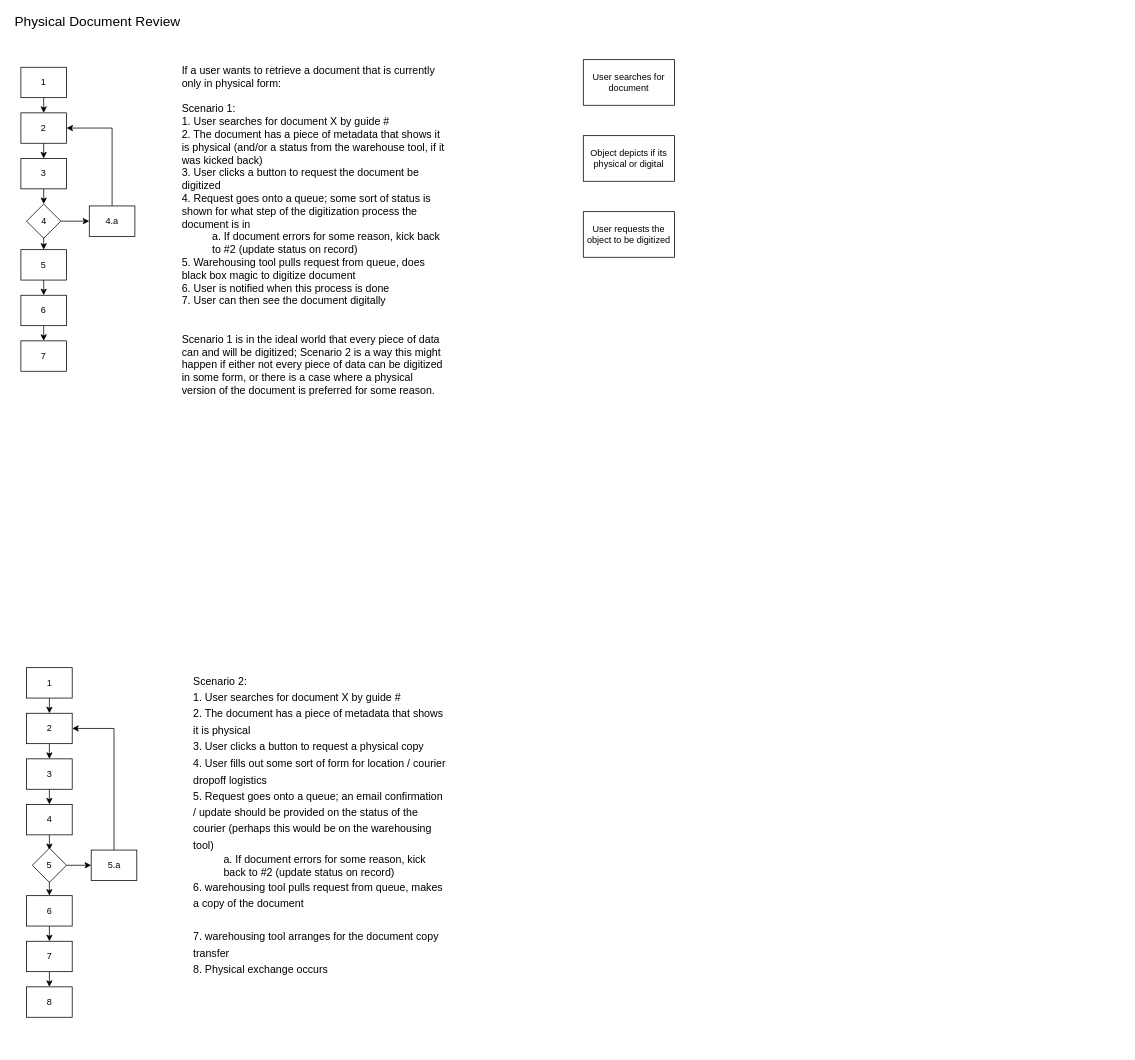
This is page "Workflow - Physical Docs" (3 of 6) of Drawings/Eva/File/Eva Search.drawio from RMSLowside/rmslow, a draw.io file, before an edit. Source tidied: cells renumbered, new cells numbered last; positions are measured from the earlier drawing's top-left corner, leaving out a move shared by most shapes. Both pictures are drawn from the tidied source at 76%, with x=0, y=0 at pixel (13, 14).
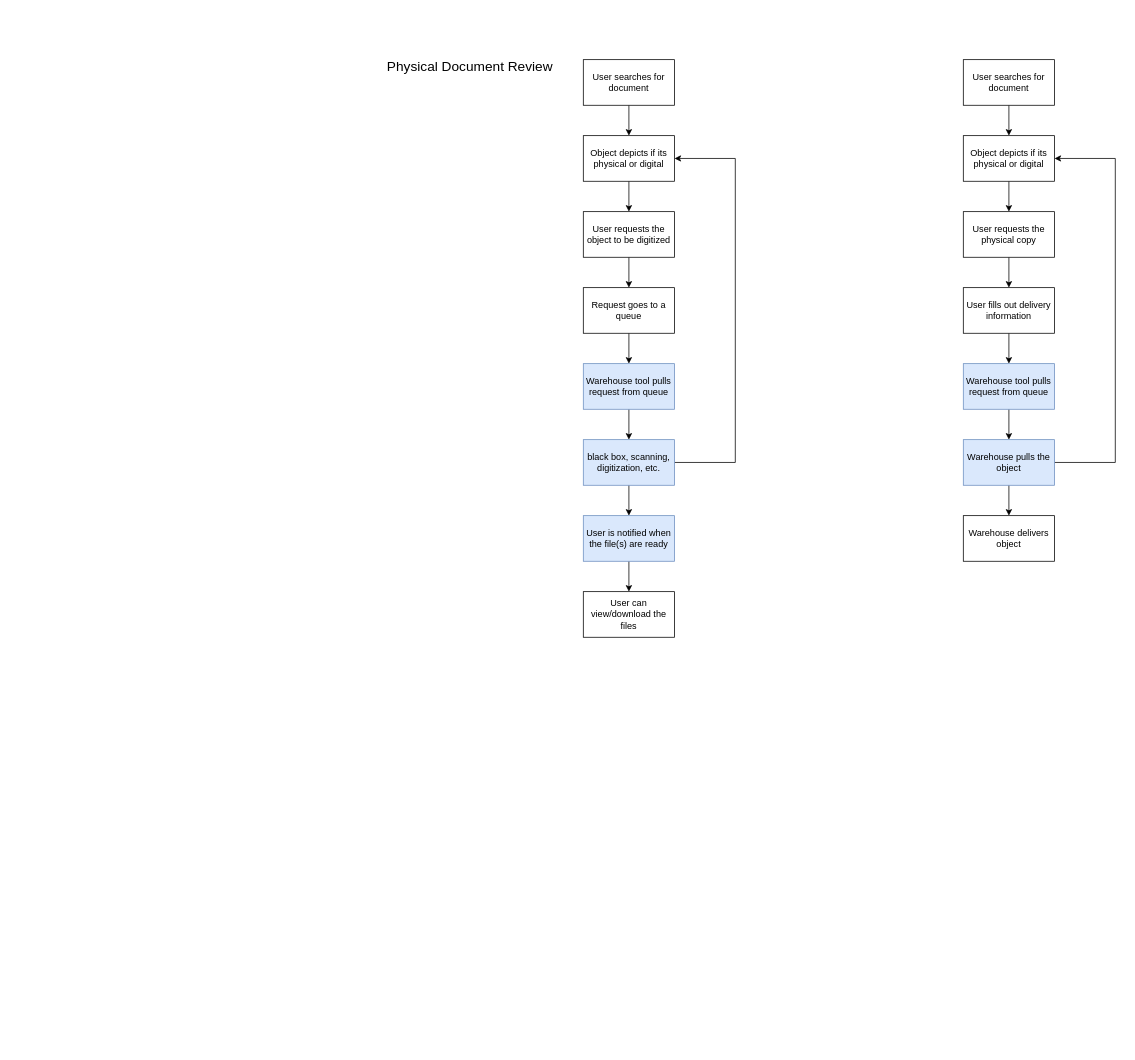
Above is the later version.

What changed in the source:
```diff
@@
-    <mxCell id="2" value="&lt;font style=&quot;font-size: 14px&quot;&gt;If a user wants to retrieve a document that is currently only in physical form:&lt;br&gt;&lt;br&gt;Scenario 1:&lt;br&gt;1. User searches for document X by guide #&lt;br&gt;2. The document has a piece of metadata that shows it is physical (and/or a status from the warehouse tool, if it was kicked back)&lt;br&gt;3. User clicks a button to request the document be digitized&lt;br&gt;4. Request goes onto a queue; some sort of status is shown for what step of the digitization process the document is in&lt;br&gt;&lt;blockquote style=&quot;margin: 0 0 0 40px ; border: none ; padding: 0px&quot;&gt;&lt;font style=&quot;font-size: 14px&quot;&gt;a. If document errors for some reason, kick back to #2 (update status on record)&lt;/font&gt;&lt;/blockquote&gt;5. Warehousing tool pulls request from queue, does black box magic to digitize document&lt;br&gt;6. User is notified when this process is done&lt;br&gt;7. User can then see the document digitally&lt;br&gt;&lt;br&gt;&lt;br&gt;Scenario 1 is in the ideal world that every piece of data can and will be digitized; Scenario 2 is a way this might happen if either not every piece of data can be digitized in some form, or there is a case where a physical version of the document is preferred for some reason.&lt;/font&gt;" style="text;whiteSpace=wrap;html=1;fontSize=12;" parent="1" vertex="1">
-      <mxGeometry x="220" y="60" width="350" height="740" as="geometry" />
-    </mxCell>
-    <mxCell id="3" style="edgeStyle=orthogonalEdgeStyle;rounded=0;jettySize=auto;html=1;exitX=0.5;exitY=1;exitDx=0;exitDy=0;entryX=0.5;entryY=0;entryDx=0;entryDy=0;fontSize=12;align=center;" parent="1" edge="1" source="4" target="6">
-      <mxGeometry relative="1" as="geometry" />
-    </mxCell>
-    <mxCell id="4" value="1" style="rounded=0;whiteSpace=wrap;html=1;fontSize=12;align=center;" parent="1" vertex="1">
-      <mxGeometry x="10" y="70" width="60" height="40" as="geometry" />
-    </mxCell>
-    <mxCell id="5" style="edgeStyle=orthogonalEdgeStyle;rounded=0;jettySize=auto;html=1;exitX=0.5;exitY=1;exitDx=0;exitDy=0;entryX=0.5;entryY=0;entryDx=0;entryDy=0;fontSize=12;align=center;" parent="1" edge="1" source="6" target="8">
-      <mxGeometry relative="1" as="geometry" />
-    </mxCell>
-    <mxCell id="6" value="2" style="rounded=0;whiteSpace=wrap;html=1;fontSize=12;align=center;" parent="1" vertex="1">
-      <mxGeometry x="10" y="130" width="60" height="40" as="geometry" />
-    </mxCell>
-    <mxCell id="7" style="edgeStyle=orthogonalEdgeStyle;rounded=0;jettySize=auto;html=1;exitX=0.5;exitY=1;exitDx=0;exitDy=0;entryX=0.5;entryY=0;entryDx=0;entryDy=0;fontSize=12;align=center;" parent="1" edge="1" source="8">
-      <mxGeometry relative="1" as="geometry">
-        <mxPoint x="40" y="250" as="targetPoint" />
-      </mxGeometry>
-    </mxCell>
-    <mxCell id="8" value="3" style="rounded=0;whiteSpace=wrap;html=1;fontSize=12;align=center;" parent="1" vertex="1">
-      <mxGeometry x="10" y="190" width="60" height="40" as="geometry" />
-    </mxCell>
-    <mxCell id="9" style="edgeStyle=orthogonalEdgeStyle;rounded=0;jettySize=auto;html=1;exitX=0.5;exitY=1;exitDx=0;exitDy=0;entryX=0.5;entryY=0;entryDx=0;entryDy=0;fontSize=12;align=center;" parent="1" edge="1" target="11">
-      <mxGeometry relative="1" as="geometry">
-        <mxPoint x="40" y="290" as="sourcePoint" />
-      </mxGeometry>
-    </mxCell>
-    <mxCell id="10" style="edgeStyle=orthogonalEdgeStyle;rounded=0;jettySize=auto;html=1;exitX=0.5;exitY=1;exitDx=0;exitDy=0;entryX=0.5;entryY=0;entryDx=0;entryDy=0;fontSize=12;align=center;" parent="1" edge="1" source="11" target="13">
-      <mxGeometry relative="1" as="geometry" />
-    </mxCell>
-    <mxCell id="11" value="5" style="rounded=0;whiteSpace=wrap;html=1;fontSize=12;align=center;" parent="1" vertex="1">
-      <mxGeometry x="10" y="310" width="60" height="40" as="geometry" />
-    </mxCell>
-    <mxCell id="12" style="edgeStyle=orthogonalEdgeStyle;rounded=0;jettySize=auto;html=1;exitX=0.5;exitY=1;exitDx=0;exitDy=0;entryX=0.5;entryY=0;entryDx=0;entryDy=0;fontSize=12;align=center;" parent="1" edge="1" source="13" target="14">
-      <mxGeometry relative="1" as="geometry" />
-    </mxCell>
-    <mxCell id="13" value="6" style="rounded=0;whiteSpace=wrap;html=1;fontSize=12;align=center;" parent="1" vertex="1">
-      <mxGeometry x="10" y="370" width="60" height="40" as="geometry" />
-    </mxCell>
-    <mxCell id="14" value="7" style="rounded=0;whiteSpace=wrap;html=1;fontSize=12;align=center;" parent="1" vertex="1">
-      <mxGeometry x="10" y="430" width="60" height="40" as="geometry" />
-    </mxCell>
-    <mxCell id="15" style="edgeStyle=orthogonalEdgeStyle;rounded=0;jettySize=auto;html=1;exitX=0.5;exitY=1;exitDx=0;exitDy=0;entryX=0.5;entryY=0;entryDx=0;entryDy=0;fontSize=12;align=center;" parent="1" edge="1" source="16" target="18">
-      <mxGeometry relative="1" as="geometry" />
-    </mxCell>
-    <mxCell id="16" value="1" style="rounded=0;whiteSpace=wrap;html=1;fontSize=12;align=center;" parent="1" vertex="1">
-      <mxGeometry x="17.5" y="860" width="60" height="40" as="geometry" />
-    </mxCell>
-    <mxCell id="17" style="edgeStyle=orthogonalEdgeStyle;rounded=0;jettySize=auto;html=1;exitX=0.5;exitY=1;exitDx=0;exitDy=0;entryX=0.5;entryY=0;entryDx=0;entryDy=0;fontSize=12;align=center;" parent="1" edge="1" source="18" target="20">
-      <mxGeometry relative="1" as="geometry" />
-    </mxCell>
-    <mxCell id="18" value="2" style="rounded=0;whiteSpace=wrap;html=1;fontSize=12;align=center;" parent="1" vertex="1">
-      <mxGeometry x="17.5" y="920" width="60" height="40" as="geometry" />
-    </mxCell>
-    <mxCell id="19" style="edgeStyle=orthogonalEdgeStyle;rounded=0;jettySize=auto;html=1;exitX=0.5;exitY=1;exitDx=0;exitDy=0;entryX=0.5;entryY=0;entryDx=0;entryDy=0;fontSize=12;align=center;" parent="1" edge="1" source="20" target="22">
-      <mxGeometry relative="1" as="geometry" />
-    </mxCell>
-    <mxCell id="20" value="3" style="rounded=0;whiteSpace=wrap;html=1;fontSize=12;align=center;" parent="1" vertex="1">
-      <mxGeometry x="17.5" y="980" width="60" height="40" as="geometry" />
-    </mxCell>
-    <mxCell id="21" style="edgeStyle=orthogonalEdgeStyle;rounded=0;jettySize=auto;html=1;exitX=0.5;exitY=1;exitDx=0;exitDy=0;entryX=0.5;entryY=0;entryDx=0;entryDy=0;fontSize=12;align=center;" parent="1" edge="1" source="22">
-      <mxGeometry relative="1" as="geometry">
-        <mxPoint x="47.5" y="1100" as="targetPoint" />
-      </mxGeometry>
-    </mxCell>
-    <mxCell id="22" value="4" style="rounded=0;whiteSpace=wrap;html=1;fontSize=12;align=center;" parent="1" vertex="1">
-      <mxGeometry x="17.5" y="1040" width="60" height="40" as="geometry" />
-    </mxCell>
-    <mxCell id="23" style="edgeStyle=orthogonalEdgeStyle;rounded=0;jettySize=auto;html=1;exitX=0.5;exitY=1;exitDx=0;exitDy=0;entryX=0.5;entryY=0;entryDx=0;entryDy=0;fontSize=12;align=center;" parent="1" edge="1" target="25">
-      <mxGeometry relative="1" as="geometry">
-        <mxPoint x="47.5" y="1140" as="sourcePoint" />
-      </mxGeometry>
-    </mxCell>
-    <mxCell id="24" style="edgeStyle=orthogonalEdgeStyle;rounded=0;jettySize=auto;html=1;exitX=0.5;exitY=1;exitDx=0;exitDy=0;entryX=0.5;entryY=0;entryDx=0;entryDy=0;fontSize=12;align=center;" parent="1" edge="1" source="25" target="27">
-      <mxGeometry relative="1" as="geometry" />
-    </mxCell>
-    <mxCell id="25" value="6" style="rounded=0;whiteSpace=wrap;html=1;fontSize=12;align=center;" parent="1" vertex="1">
-      <mxGeometry x="17.5" y="1160" width="60" height="40" as="geometry" />
-    </mxCell>
-    <mxCell id="26" style="edgeStyle=orthogonalEdgeStyle;rounded=0;jettySize=auto;html=1;exitX=0.5;exitY=1;exitDx=0;exitDy=0;entryX=0.5;entryY=0;entryDx=0;entryDy=0;fontSize=12;align=center;" parent="1" edge="1" source="27" target="28">
-      <mxGeometry relative="1" as="geometry" />
-    </mxCell>
-    <mxCell id="27" value="7" style="rounded=0;whiteSpace=wrap;html=1;fontSize=12;align=center;" parent="1" vertex="1">
-      <mxGeometry x="17.5" y="1220" width="60" height="40" as="geometry" />
-    </mxCell>
-    <mxCell id="28" value="8" style="rounded=0;whiteSpace=wrap;html=1;fontSize=12;align=center;" parent="1" vertex="1">
-      <mxGeometry x="17.5" y="1280" width="60" height="40" as="geometry" />
-    </mxCell>
-    <mxCell id="29" style="edgeStyle=orthogonalEdgeStyle;rounded=0;jettySize=auto;html=1;exitX=1;exitY=0.5;exitDx=0;exitDy=0;entryX=0;entryY=0.5;entryDx=0;entryDy=0;align=center;" parent="1" edge="1" source="30" target="34">
-      <mxGeometry relative="1" as="geometry" />
-    </mxCell>
-    <mxCell id="30" value="4" style="rhombus;whiteSpace=wrap;html=1;fontSize=12;align=center;" parent="1" vertex="1">
-      <mxGeometry x="17.5" y="250" width="45" height="45" as="geometry" />
-    </mxCell>
-    <mxCell id="31" style="edgeStyle=orthogonalEdgeStyle;rounded=0;jettySize=auto;html=1;exitX=1;exitY=0.5;exitDx=0;exitDy=0;entryX=0;entryY=0.5;entryDx=0;entryDy=0;align=center;" parent="1" edge="1" source="32" target="36">
-      <mxGeometry relative="1" as="geometry" />
-    </mxCell>
-    <mxCell id="32" value="5" style="rhombus;whiteSpace=wrap;html=1;fontSize=12;align=center;" parent="1" vertex="1">
-      <mxGeometry x="25" y="1097.5" width="45" height="45" as="geometry" />
-    </mxCell>
-    <mxCell id="33" style="edgeStyle=orthogonalEdgeStyle;rounded=0;jettySize=auto;html=1;exitX=0.5;exitY=0;exitDx=0;exitDy=0;entryX=1;entryY=0.5;entryDx=0;entryDy=0;align=center;" parent="1" edge="1" source="34" target="6">
-      <mxGeometry relative="1" as="geometry" />
-    </mxCell>
-    <mxCell id="34" value="4.a" style="rounded=0;whiteSpace=wrap;html=1;fontSize=12;align=center;" parent="1" vertex="1">
-      <mxGeometry x="100" y="252.5" width="60" height="40" as="geometry" />
-    </mxCell>
-    <mxCell id="35" style="edgeStyle=orthogonalEdgeStyle;rounded=0;jettySize=auto;html=1;exitX=0.5;exitY=0;exitDx=0;exitDy=0;entryX=1;entryY=0.5;entryDx=0;entryDy=0;align=center;" parent="1" edge="1" source="36" target="18">
-      <mxGeometry relative="1" as="geometry" />
-    </mxCell>
-    <mxCell id="36" value="5.a" style="rounded=0;whiteSpace=wrap;html=1;fontSize=12;align=center;" parent="1" vertex="1">
-      <mxGeometry x="102.5" y="1100" width="60" height="40" as="geometry" />
-    </mxCell>
+    <mxCell id="42" style="edgeStyle=orthogonalEdgeStyle;rounded=0;jettySize=auto;html=1;exitX=0.5;exitY=1;exitDx=0;exitDy=0;entryX=0.5;entryY=0;entryDx=0;entryDy=0;" parent="1" edge="1" source="39" target="40">
+      <mxGeometry relative="1" as="geometry" />
+    </mxCell>
+    <mxCell id="39" value="User searches for document" style="rounded=0;whiteSpace=wrap;html=1;" parent="1" vertex="1">
+      <mxGeometry x="750" y="60" width="120" height="60" as="geometry" />
+    </mxCell>
+    <mxCell id="43" style="edgeStyle=orthogonalEdgeStyle;rounded=0;jettySize=auto;html=1;entryX=0.5;entryY=0;entryDx=0;entryDy=0;" parent="1" edge="1" source="40" target="41">
+      <mxGeometry relative="1" as="geometry" />
+    </mxCell>
+    <mxCell id="40" value="Object depicts if its physical or digital" style="rounded=0;whiteSpace=wrap;html=1;" parent="1" vertex="1">
+      <mxGeometry x="750" y="160" width="120" height="60" as="geometry" />
+    </mxCell>
+    <mxCell id="44" style="edgeStyle=orthogonalEdgeStyle;rounded=0;jettySize=auto;html=1;exitX=0.5;exitY=1;exitDx=0;exitDy=0;entryX=0.5;entryY=0;entryDx=0;entryDy=0;" parent="1" edge="1" source="41" target="46">
+      <mxGeometry relative="1" as="geometry" />
+    </mxCell>
+    <mxCell id="41" value="User requests the object to be digitized" style="rounded=0;whiteSpace=wrap;html=1;" parent="1" vertex="1">
+      <mxGeometry x="750" y="260" width="120" height="60" as="geometry" />
+    </mxCell>
+    <mxCell id="45" style="edgeStyle=orthogonalEdgeStyle;rounded=0;jettySize=auto;html=1;exitX=0.5;exitY=1;exitDx=0;exitDy=0;entryX=0.5;entryY=0;entryDx=0;entryDy=0;" parent="1" edge="1" source="46" target="48">
+      <mxGeometry relative="1" as="geometry" />
+    </mxCell>
+    <mxCell id="46" value="Request goes to a queue" style="rounded=0;whiteSpace=wrap;html=1;" parent="1" vertex="1">
+      <mxGeometry x="750" y="360" width="120" height="60" as="geometry" />
+    </mxCell>
+    <mxCell id="47" style="edgeStyle=orthogonalEdgeStyle;rounded=0;jettySize=auto;html=1;exitX=0.5;exitY=1;exitDx=0;exitDy=0;entryX=0.5;entryY=0;entryDx=0;entryDy=0;" parent="1" edge="1" source="48" target="51">
+      <mxGeometry relative="1" as="geometry" />
+    </mxCell>
+    <mxCell id="48" value="Warehouse tool pulls request from queue" style="rounded=0;whiteSpace=wrap;html=1;fillColor=#dae8fc;strokeColor=#6c8ebf;" parent="1" vertex="1">
+      <mxGeometry x="750" y="460" width="120" height="60" as="geometry" />
+    </mxCell>
+    <mxCell id="49" style="edgeStyle=orthogonalEdgeStyle;rounded=0;jettySize=auto;html=1;exitX=0.5;exitY=1;exitDx=0;exitDy=0;entryX=0.5;entryY=0;entryDx=0;entryDy=0;" parent="1" edge="1" source="51" target="53">
+      <mxGeometry relative="1" as="geometry" />
+    </mxCell>
+    <mxCell id="50" style="edgeStyle=orthogonalEdgeStyle;rounded=0;jettySize=auto;html=1;exitX=1;exitY=0.5;exitDx=0;exitDy=0;entryX=1;entryY=0.5;entryDx=0;entryDy=0;" parent="1" edge="1" source="51" target="40">
+      <mxGeometry relative="1" as="geometry">
+        <Array as="points">
+          <mxPoint x="950" y="590" />
+          <mxPoint x="950" y="190" />
+        </Array>
+      </mxGeometry>
+    </mxCell>
+    <mxCell id="51" value="black box, scanning, digitization, etc." style="rounded=0;whiteSpace=wrap;html=1;fillColor=#dae8fc;strokeColor=#6c8ebf;" parent="1" vertex="1">
+      <mxGeometry x="750" y="560" width="120" height="60" as="geometry" />
+    </mxCell>
+    <mxCell id="52" style="edgeStyle=orthogonalEdgeStyle;rounded=0;jettySize=auto;html=1;exitX=0.5;exitY=1;exitDx=0;exitDy=0;entryX=0.5;entryY=0;entryDx=0;entryDy=0;" parent="1" edge="1" source="53" target="54">
+      <mxGeometry relative="1" as="geometry" />
+    </mxCell>
+    <mxCell id="53" value="User is notified when the file(s) are ready" style="rounded=0;whiteSpace=wrap;html=1;fillColor=#dae8fc;strokeColor=#6c8ebf;" parent="1" vertex="1">
+      <mxGeometry x="750" y="660" width="120" height="60" as="geometry" />
+    </mxCell>
+    <mxCell id="54" value="User can view/download the files" style="rounded=0;whiteSpace=wrap;html=1;" parent="1" vertex="1">
+      <mxGeometry x="750" y="760" width="120" height="60" as="geometry" />
+    </mxCell>
+    <mxCell id="55" style="edgeStyle=orthogonalEdgeStyle;rounded=0;jettySize=auto;html=1;exitX=0.5;exitY=1;exitDx=0;exitDy=0;entryX=0.5;entryY=0;entryDx=0;entryDy=0;" parent="1" edge="1" source="56" target="58">
+      <mxGeometry relative="1" as="geometry" />
+    </mxCell>
+    <mxCell id="56" value="User searches for document" style="rounded=0;whiteSpace=wrap;html=1;" parent="1" vertex="1">
+      <mxGeometry x="1250" y="60" width="120" height="60" as="geometry" />
+    </mxCell>
+    <mxCell id="57" style="edgeStyle=orthogonalEdgeStyle;rounded=0;jettySize=auto;html=1;entryX=0.5;entryY=0;entryDx=0;entryDy=0;" parent="1" edge="1" source="58" target="60">
+      <mxGeometry relative="1" as="geometry" />
+    </mxCell>
+    <mxCell id="58" value="Object depicts if its physical or digital" style="rounded=0;whiteSpace=wrap;html=1;" parent="1" vertex="1">
+      <mxGeometry x="1250" y="160" width="120" height="60" as="geometry" />
+    </mxCell>
+    <mxCell id="59" style="edgeStyle=orthogonalEdgeStyle;rounded=0;jettySize=auto;html=1;exitX=0.5;exitY=1;exitDx=0;exitDy=0;entryX=0.5;entryY=0;entryDx=0;entryDy=0;" parent="1" edge="1" source="60" target="62">
+      <mxGeometry relative="1" as="geometry" />
+    </mxCell>
+    <mxCell id="60" value="User requests the physical copy" style="rounded=0;whiteSpace=wrap;html=1;" parent="1" vertex="1">
+      <mxGeometry x="1250" y="260" width="120" height="60" as="geometry" />
+    </mxCell>
+    <mxCell id="61" style="edgeStyle=orthogonalEdgeStyle;rounded=0;jettySize=auto;html=1;exitX=0.5;exitY=1;exitDx=0;exitDy=0;entryX=0.5;entryY=0;entryDx=0;entryDy=0;" parent="1" edge="1" source="62" target="64">
+      <mxGeometry relative="1" as="geometry" />
+    </mxCell>
+    <mxCell id="62" value="User fills out delivery information" style="rounded=0;whiteSpace=wrap;html=1;" parent="1" vertex="1">
+      <mxGeometry x="1250" y="360" width="120" height="60" as="geometry" />
+    </mxCell>
+    <mxCell id="63" style="edgeStyle=orthogonalEdgeStyle;rounded=0;jettySize=auto;html=1;exitX=0.5;exitY=1;exitDx=0;exitDy=0;entryX=0.5;entryY=0;entryDx=0;entryDy=0;" parent="1" edge="1" source="64" target="67">
+      <mxGeometry relative="1" as="geometry" />
+    </mxCell>
+    <mxCell id="64" value="Warehouse tool pulls request from queue" style="rounded=0;whiteSpace=wrap;html=1;fillColor=#dae8fc;strokeColor=#6c8ebf;" parent="1" vertex="1">
+      <mxGeometry x="1250" y="460" width="120" height="60" as="geometry" />
+    </mxCell>
+    <mxCell id="65" style="edgeStyle=orthogonalEdgeStyle;rounded=0;jettySize=auto;html=1;exitX=0.5;exitY=1;exitDx=0;exitDy=0;entryX=0.5;entryY=0;entryDx=0;entryDy=0;" parent="1" edge="1" source="67" target="68">
+      <mxGeometry relative="1" as="geometry" />
+    </mxCell>
+    <mxCell id="66" style="edgeStyle=orthogonalEdgeStyle;rounded=0;jettySize=auto;html=1;exitX=1;exitY=0.5;exitDx=0;exitDy=0;entryX=1;entryY=0.5;entryDx=0;entryDy=0;" parent="1" edge="1" source="67" target="58">
+      <mxGeometry relative="1" as="geometry">
+        <Array as="points">
+          <mxPoint x="1450" y="590" />
+          <mxPoint x="1450" y="190" />
+        </Array>
+      </mxGeometry>
+    </mxCell>
+    <mxCell id="67" value="Warehouse pulls the object" style="rounded=0;whiteSpace=wrap;html=1;fillColor=#dae8fc;strokeColor=#6c8ebf;" parent="1" vertex="1">
+      <mxGeometry x="1250" y="560" width="120" height="60" as="geometry" />
+    </mxCell>
+    <mxCell id="68" value="Warehouse delivers object" style="rounded=0;whiteSpace=wrap;html=1;" parent="1" vertex="1">
+      <mxGeometry x="1250" y="660" width="120" height="60" as="geometry" />
+    </mxCell>
     <mxCell id="37" value="Physical Document Review" style="text;html=1;strokeColor=none;fillColor=none;align=left;verticalAlign=middle;whiteSpace=wrap;rounded=0;fontSize=18;" parent="1" vertex="1">
-      <mxGeometry width="250" height="20" as="geometry" />
+      <mxGeometry x="490" y="60" width="250" height="20" as="geometry" />
     </mxCell>
-    <mxCell id="38" value="&lt;span style=&quot;font-size: 14px;&quot;&gt;Scenario 2:&lt;/span&gt;&lt;br style=&quot;font-size: 14px;&quot;&gt;&lt;span style=&quot;font-size: 14px;&quot;&gt;1. User searches for document X by guide #&lt;/span&gt;&lt;br style=&quot;font-size: 14px;&quot;&gt;&lt;span style=&quot;font-size: 14px;&quot;&gt;2. The document has a piece of metadata that shows it is physical&lt;/span&gt;&lt;br style=&quot;font-size: 14px;&quot;&gt;&lt;span style=&quot;font-size: 14px;&quot;&gt;3. User clicks a button to request a physical copy&lt;/span&gt;&lt;br style=&quot;font-size: 14px;&quot;&gt;&lt;span style=&quot;font-size: 14px;&quot;&gt;4. User fills out some sort of form for location / courier dropoff logistics&lt;/span&gt;&lt;br style=&quot;font-size: 14px;&quot;&gt;&lt;span style=&quot;font-size: 14px;&quot;&gt;5. Request goes onto a queue; an email confirmation / update should be provided on the status of the courier (perhaps this would be on the warehousing tool)&lt;/span&gt;&lt;br style=&quot;font-size: 14px;&quot;&gt;&lt;blockquote style=&quot;font-size: 14px; margin: 0px 0px 0px 40px; border: none; padding: 0px;&quot;&gt;a. If document errors for some reason, kick back to #2 (update status on record)&lt;/blockquote&gt;&lt;span style=&quot;font-size: 14px;&quot;&gt;6. warehousing tool pulls request from queue, makes a copy of the document&lt;/span&gt;&lt;br style=&quot;font-size: 14px;&quot;&gt;&lt;br style=&quot;font-size: 14px;&quot;&gt;&lt;span style=&quot;font-size: 14px;&quot;&gt;7. warehousing tool arranges for the document copy transfer&lt;/span&gt;&lt;br style=&quot;font-size: 14px;&quot;&gt;&lt;span style=&quot;font-size: 14px;&quot;&gt;8. Physical exchange occurs&lt;/span&gt;" style="text;html=1;strokeColor=none;fillColor=none;align=left;verticalAlign=top;whiteSpace=wrap;rounded=0;fontSize=18;" parent="1" vertex="1">
-      <mxGeometry x="235" y="860" width="335" height="500" as="geometry" />
-    </mxCell>
-    <mxCell id="39" value="User searches for document" style="rounded=0;whiteSpace=wrap;html=1;" parent="1" vertex="1">
-      <mxGeometry x="750" y="60" width="120" height="60" as="geometry" />
-    </mxCell>
-    <mxCell id="40" value="Object depicts if its physical or digital" style="rounded=0;whiteSpace=wrap;html=1;" parent="1" vertex="1">
-      <mxGeometry x="750" y="160" width="120" height="60" as="geometry" />
-    </mxCell>
-    <mxCell id="41" value="User requests the object to be digitized" style="rounded=0;whiteSpace=wrap;html=1;" parent="1" vertex="1">
-      <mxGeometry x="750" y="260" width="120" height="60" as="geometry" />
-    </mxCell>
```
